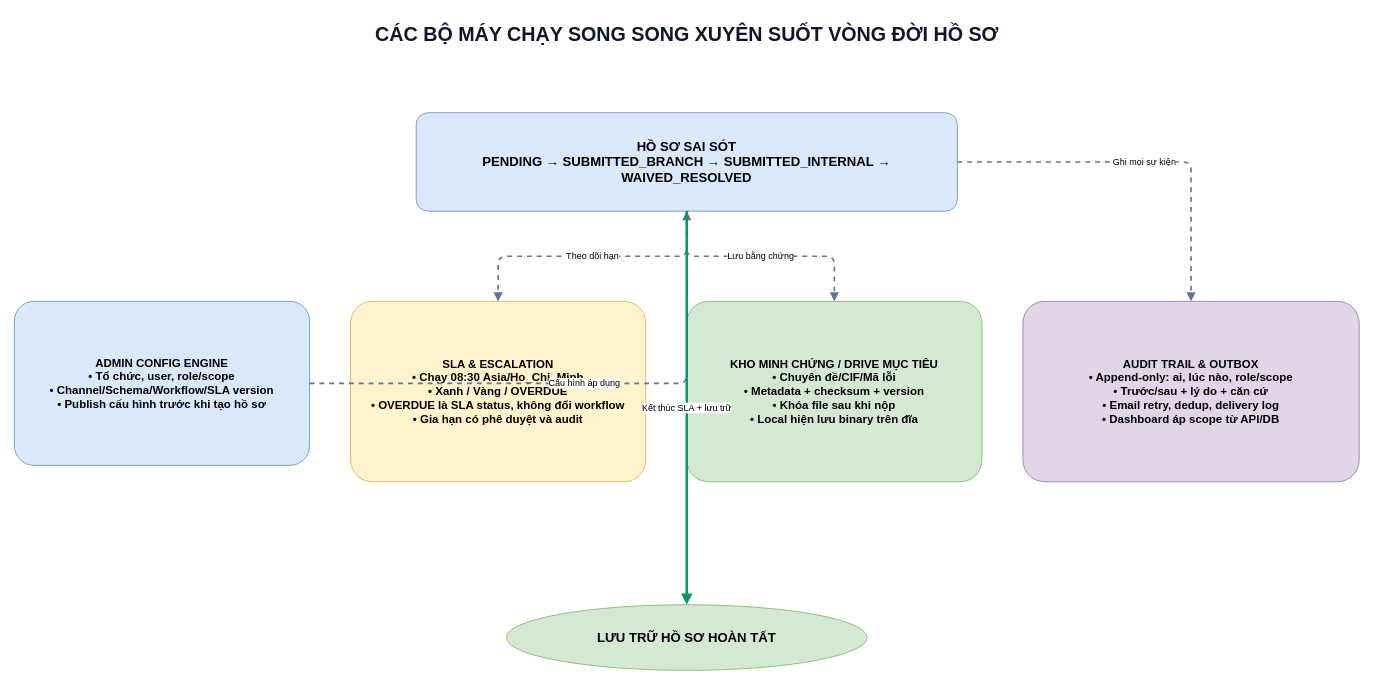
The draw.io diagram page "02 - Bộ máy chạy song song" (2 of 2) of LUU_DO_VAN_HANH_CHI_TIET.drawio in Kiemtra07/BGRC, before the edit. Source tidied: cells renumbered, new cells numbered last; positions are measured from the earlier drawing's top-left corner, leaving out a move shared by most shapes. Both pictures are drawn from the tidied source at 82%, with x=0, y=0 at pixel (14, 14).
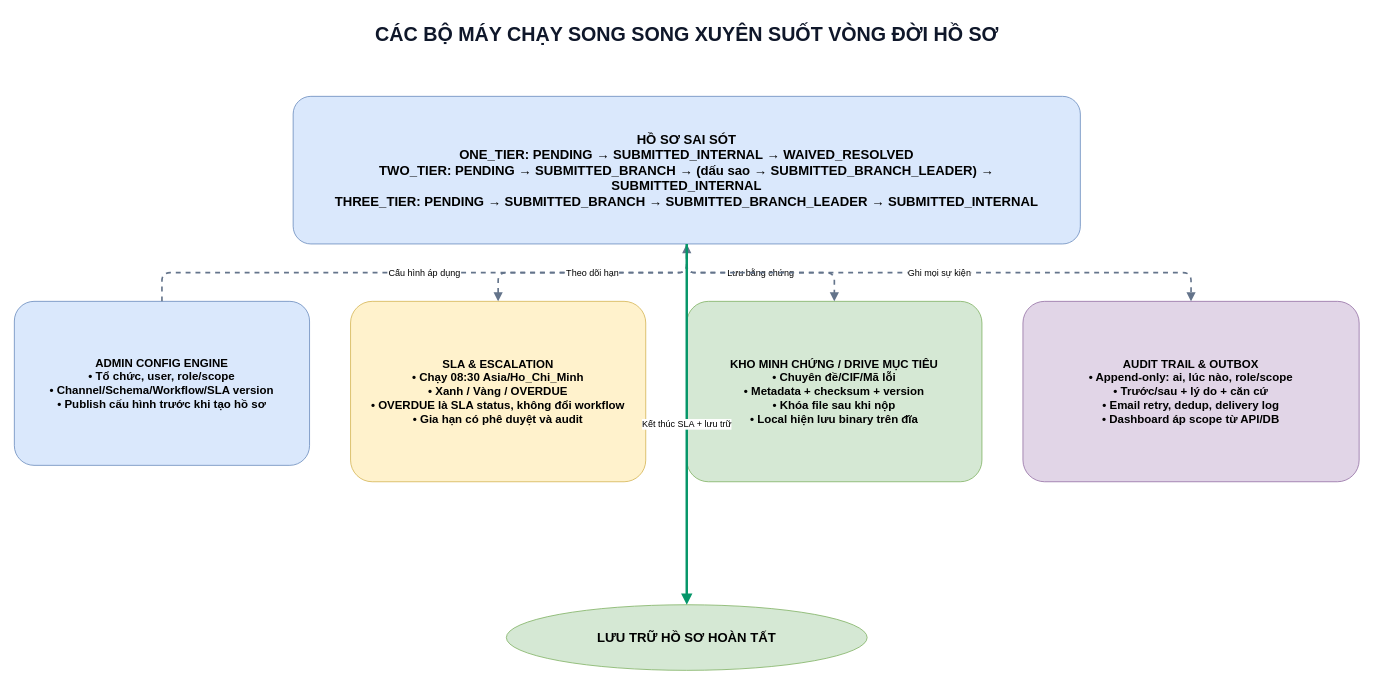
The same page after the edit.

What changed in the source:
```diff
@@
 <mxGraphModel>
   <root>
     <mxCell id="0" />
     <mxCell id="1" parent="0" />
     <mxCell id="2" value="CÁC BỘ MÁY CHẠY SONG SONG XUYÊN SUỐT VÒNG ĐỜI HỒ SƠ" style="text;html=1;align=center;verticalAlign=middle;fontSize=24;fontStyle=1;fontColor=#0f172a;" parent="1" vertex="1">
       <mxGeometry x="220" width="1200" height="50" as="geometry" />
     </mxCell>
-    <mxCell id="3" value="HỒ SƠ SAI SÓT&#10;PENDING → SUBMITTED_BRANCH → SUBMITTED_INTERNAL → WAIVED_RESOLVED" style="rounded=1;arcSize=12;whiteSpace=wrap;html=1;fillColor=#dae8fc;strokeColor=#6c8ebf;fontSize=16;fontStyle=1;spacing=14;" parent="1" vertex="1">
-      <mxGeometry x="490" y="120" width="660" height="120" as="geometry" />
+    <mxCell id="3" value="HỒ SƠ SAI SÓT&#10;ONE_TIER: PENDING → SUBMITTED_INTERNAL → WAIVED_RESOLVED&#10;TWO_TIER: PENDING → SUBMITTED_BRANCH → (dấu sao → SUBMITTED_BRANCH_LEADER) → SUBMITTED_INTERNAL&#10;THREE_TIER: PENDING → SUBMITTED_BRANCH → SUBMITTED_BRANCH_LEADER → SUBMITTED_INTERNAL" style="rounded=1;arcSize=12;whiteSpace=wrap;html=1;fillColor=#dae8fc;strokeColor=#6c8ebf;fontSize=16;fontStyle=1;spacing=14;" parent="1" vertex="1">
+      <mxGeometry x="340" y="100" width="960" height="180" as="geometry" />
     </mxCell>
     <mxCell id="4" value="ADMIN CONFIG ENGINE&#10;• Tổ chức, user, role/scope&#10;• Channel/Schema/Workflow/SLA version&#10;• Publish cấu hình trước khi tạo hồ sơ" style="rounded=1;arcSize=12;whiteSpace=wrap;html=1;fillColor=#dae8fc;strokeColor=#6c8ebf;fontSize=14;fontStyle=1;spacing=14;" parent="1" vertex="1">
       <mxGeometry y="350" width="360" height="200" as="geometry" />
     </mxCell>
     <mxCell id="5" value="SLA &amp; ESCALATION&#10;• Chạy 08:30 Asia/Ho_Chi_Minh&#10;• Xanh / Vàng / OVERDUE&#10;• OVERDUE là SLA status, không đổi workflow&#10;• Gia hạn có phê duyệt và audit" style="rounded=1;arcSize=12;whiteSpace=wrap;html=1;fillColor=#fff2cc;strokeColor=#d6b656;fontSize=14;fontStyle=1;spacing=14;" parent="1" vertex="1">
       <mxGeometry x="410" y="350" width="360" height="220" as="geometry" />
     </mxCell>
     <mxCell id="6" value="KHO MINH CHỨNG / DRIVE MỤC TIÊU&#10;• Chuyên đề/CIF/Mã lỗi&#10;• Metadata + checksum + version&#10;• Khóa file sau khi nộp&#10;• Local hiện lưu binary trên đĩa" style="rounded=1;arcSize=12;whiteSpace=wrap;html=1;fillColor=#d5e8d4;strokeColor=#82b366;fontSize=14;fontStyle=1;spacing=14;" parent="1" vertex="1">
       <mxGeometry x="820" y="350" width="360" height="220" as="geometry" />
     </mxCell>
     <mxCell id="7" value="AUDIT TRAIL &amp; OUTBOX&#10;• Append-only: ai, lúc nào, role/scope&#10;• Trước/sau + lý do + căn cứ&#10;• Email retry, dedup, delivery log&#10;• Dashboard áp scope từ API/DB" style="rounded=1;arcSize=12;whiteSpace=wrap;html=1;fillColor=#e1d5e7;strokeColor=#9673a6;fontSize=14;fontStyle=1;spacing=14;" parent="1" vertex="1">
       <mxGeometry x="1230" y="350" width="410" height="220" as="geometry" />
     </mxCell>
     <mxCell id="8" value="LƯU TRỮ HỒ SƠ HOÀN TẤT" style="ellipse;whiteSpace=wrap;html=1;fillColor=#d5e8d4;strokeColor=#82b366;fontSize=16;fontStyle=1;" parent="1" vertex="1">
       <mxGeometry x="600" y="720" width="440" height="80" as="geometry" />
     </mxCell>
     <mxCell id="9" value="Cấu hình áp dụng" style="edgeStyle=orthogonalEdgeStyle;rounded=1;jettySize=auto;html=1;strokeColor=#64748b;strokeWidth=2;dashed=1;endArrow=block;endFill=1;labelBackgroundColor=#ffffff;" parent="1" edge="1" source="4" target="3">
       <mxGeometry relative="1" as="geometry" />
     </mxCell>
     <mxCell id="10" value="Theo dõi hạn" style="edgeStyle=orthogonalEdgeStyle;rounded=1;jettySize=auto;html=1;strokeColor=#64748b;strokeWidth=2;dashed=1;endArrow=block;endFill=1;labelBackgroundColor=#ffffff;" parent="1" edge="1" source="3" target="5">
       <mxGeometry relative="1" as="geometry" />
     </mxCell>
     <mxCell id="11" value="Lưu bằng chứng" style="edgeStyle=orthogonalEdgeStyle;rounded=1;jettySize=auto;html=1;strokeColor=#64748b;strokeWidth=2;dashed=1;endArrow=block;endFill=1;labelBackgroundColor=#ffffff;" parent="1" edge="1" source="3" target="6">
       <mxGeometry relative="1" as="geometry" />
     </mxCell>
     <mxCell id="12" value="Ghi mọi sự kiện" style="edgeStyle=orthogonalEdgeStyle;rounded=1;jettySize=auto;html=1;strokeColor=#64748b;strokeWidth=2;dashed=1;endArrow=block;endFill=1;labelBackgroundColor=#ffffff;" parent="1" edge="1" source="3" target="7">
       <mxGeometry relative="1" as="geometry" />
     </mxCell>
     <mxCell id="13" value="Kết thúc SLA + lưu trữ" style="edgeStyle=orthogonalEdgeStyle;rounded=1;jettySize=auto;html=1;strokeColor=#059669;strokeWidth=3;endArrow=block;endFill=1;labelBackgroundColor=#ffffff;" parent="1" edge="1" source="3" target="8">
       <mxGeometry relative="1" as="geometry" />
     </mxCell>
   </root>
 </mxGraphModel>
```
